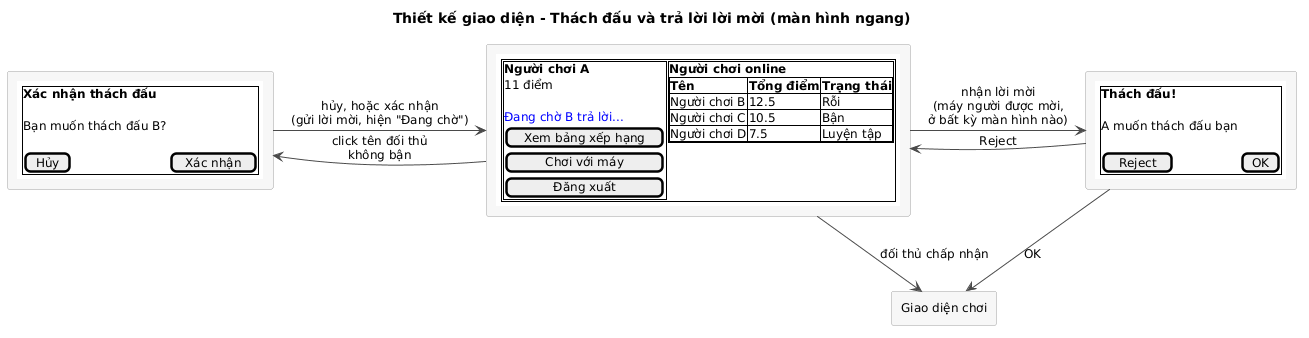
Above: docs/uml/pha3/ui-m4-1.png in VattenL/mobile-pikachu (PlantUML), before the change.
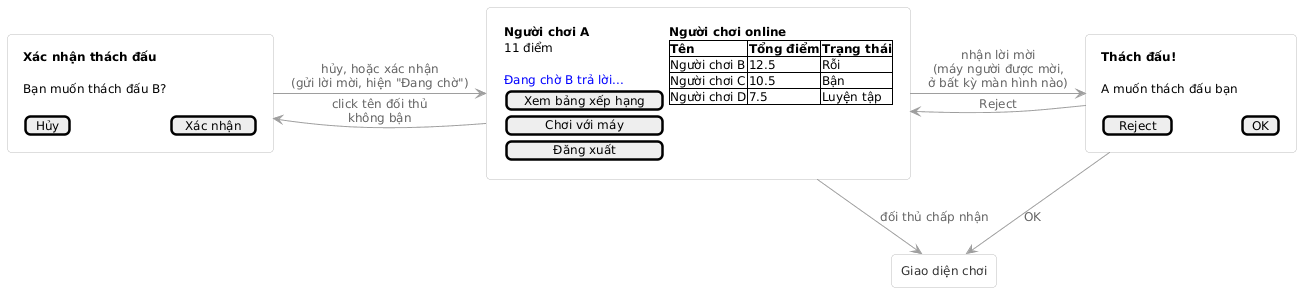
After the commit.

Change to the diagram source:
```diff
@@ -1,18 +1,19 @@
 @startuml
-title Thiết kế giao diện - Thách đấu và trả lời lời mời (màn hình ngang)
-
 skinparam shadowing false
 skinparam defaultFontSize 12
-skinparam ArrowColor #4A4A4A
+skinparam defaultFontColor #333333
+skinparam ArrowColor #9E9E9E
+skinparam ArrowFontColor #616161
 skinparam rectangle {
-  BackgroundColor #F7F7F7
-  BorderColor #9E9E9E
+  BackgroundColor #FFFFFF
+  BorderColor #BDBDBD
+  RoundCorner 8
 }
 
 rectangle Main [
 {{salt
-{+
-  { {+
+{
+  { {
       <b>Người chơi A
       11 điểm
       .
@@ -20,7 +21,7 @@
       [ Xem bảng xếp hạng ]
       [   Chơi với máy    ]
       [     Đăng xuất     ]
-    } | {+
+    } | {
       <b>Người chơi online
       {#
         <b>Tên | <b>Tổng điểm | <b>Trạng thái
@@ -35,7 +36,7 @@
 
 rectangle Confirm [
 {{salt
-{+
+{
   <b>Xác nhận thách đấu
   .
   Bạn muốn thách đấu B?
@@ -47,7 +48,7 @@
 
 rectangle Invite [
 {{salt
-{+
+{
   <b>Thách đấu!
   .
   A muốn thách đấu bạn
```
